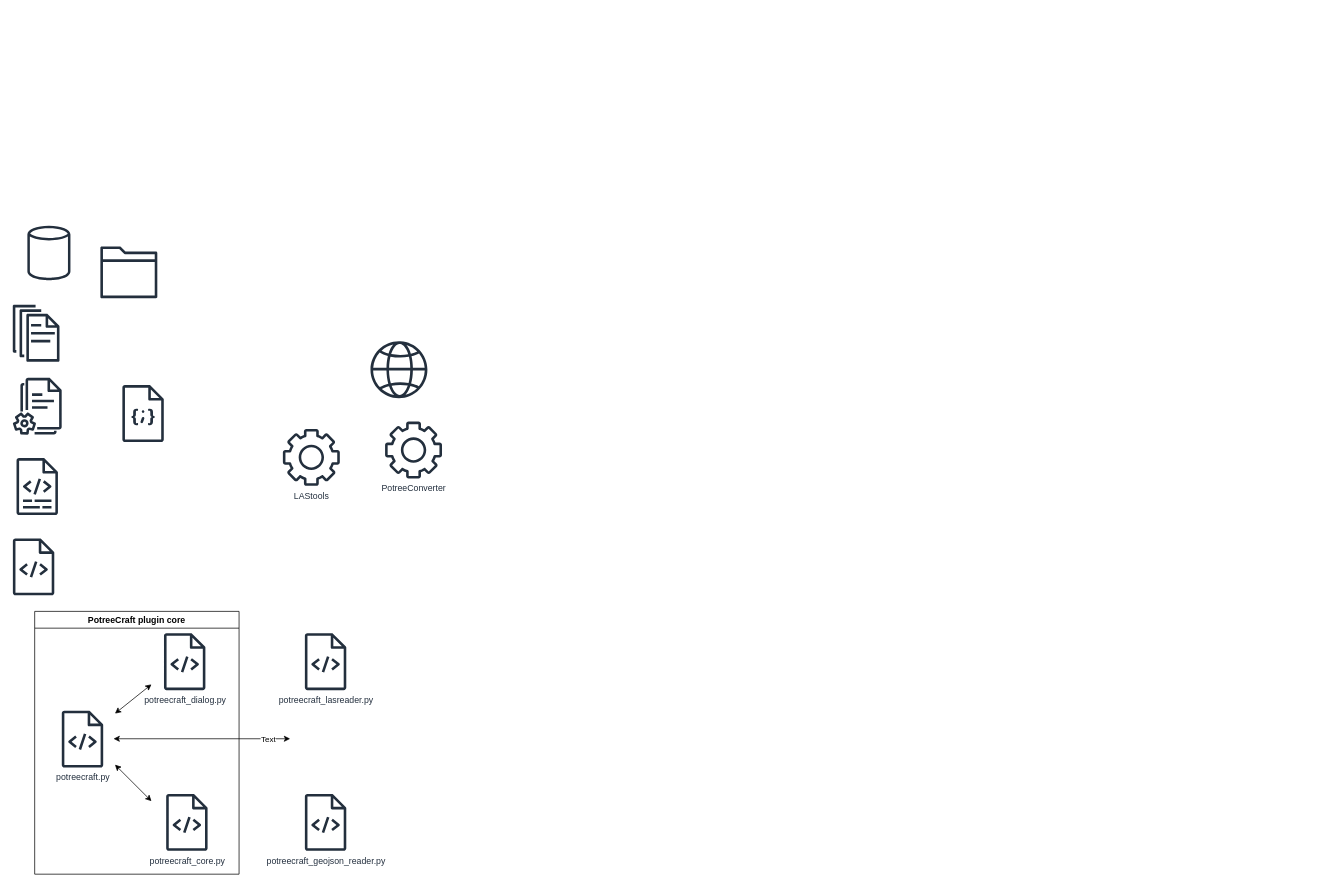
Above: _doc_/other/pc_architecture.drawio in ThomasFarmer/PotreeCraft (draw.io), before the change. Source tidied: cells renumbered, new cells numbered last; positions are measured from the earlier drawing's top-left corner, leaving out a move shared by most shapes. Both pictures are drawn from the tidied source at 73%, with x=0, y=0 at pixel (12, 224).
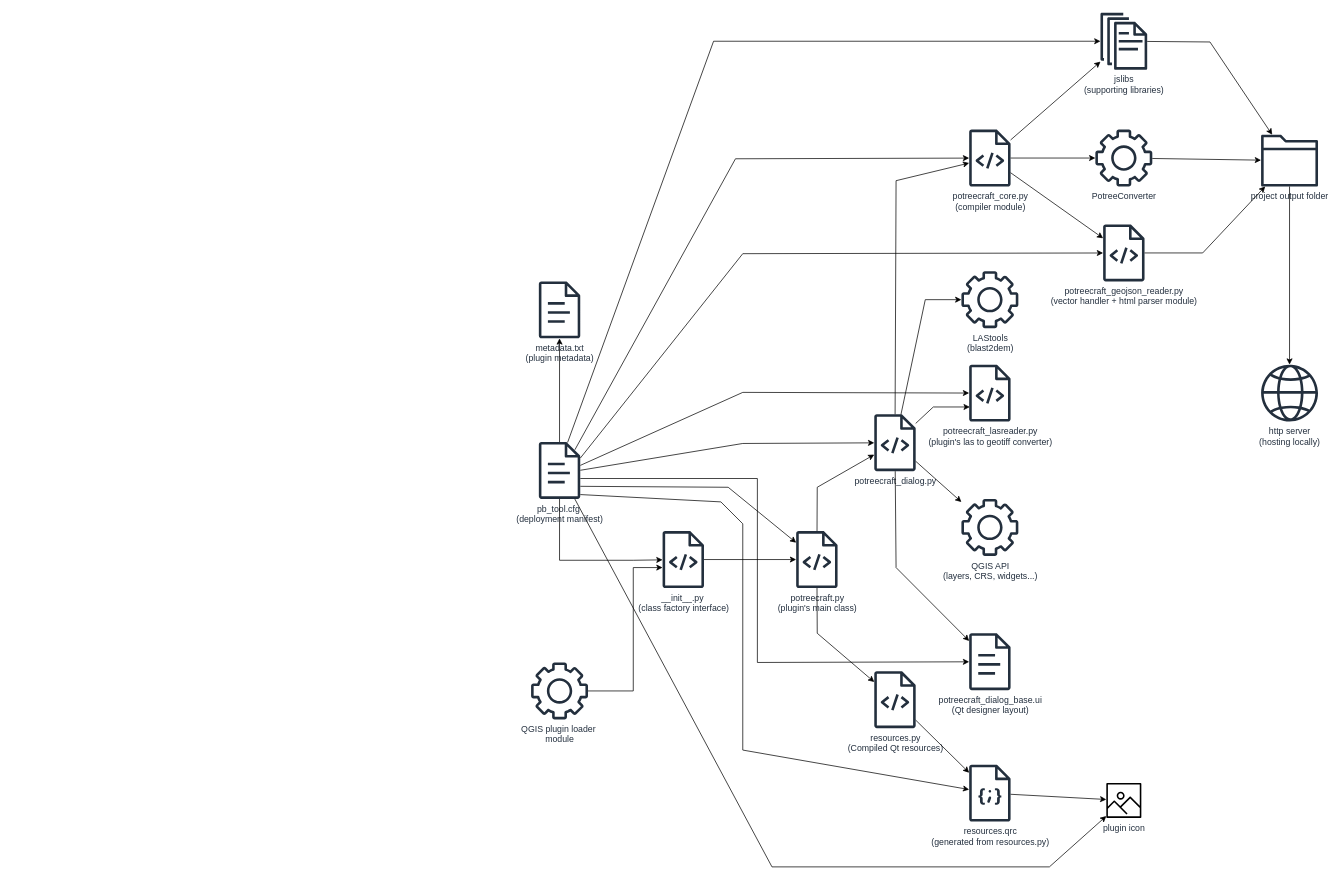
The same page after the edit.

Commit message (it also covers changes not shown here):
diagram for chapter 4

What changed in the source:
```diff
@@
-    <mxCell id="2" style="sketch=0;fontColor=#232F3E;gradientColor=none;fillColor=#232F3D;strokeColor=none;dashed=0;verticalLabelPosition=bottom;verticalAlign=top;align=center;html=1;fontSize=12;fontStyle=0;shape=mxgraph.aws4.json_script;" parent="1" vertex="1">
-      <mxGeometry x="150" y="220" width="57" height="78" as="geometry" />
-    </mxCell>
-    <mxCell id="3" style="sketch=0;fontColor=#232F3E;gradientColor=none;fillColor=#232F3D;strokeColor=none;dashed=0;verticalLabelPosition=bottom;verticalAlign=top;align=center;html=1;fontSize=12;fontStyle=0;shape=mxgraph.aws4.documents2;" parent="1" vertex="1">
-      <mxGeometry y="210" width="67" height="78" as="geometry" />
-    </mxCell>
-    <mxCell id="4" style="sketch=0;outlineConnect=0;fontColor=#232F3E;gradientColor=none;fillColor=#232F3D;strokeColor=none;dashed=0;verticalLabelPosition=bottom;verticalAlign=top;align=center;html=1;fontSize=12;fontStyle=0;shape=mxgraph.aws4.documents;" parent="1" vertex="1">
-      <mxGeometry y="110" width="64" height="78" as="geometry" />
+    <mxCell id="4" value="jslibs&lt;div&gt;(supporting libraries)&lt;/div&gt;" style="sketch=0;outlineConnect=0;fontColor=#232F3E;gradientColor=none;fillColor=#232F3D;strokeColor=none;dashed=0;verticalLabelPosition=bottom;verticalAlign=top;align=center;html=1;fontSize=12;fontStyle=0;shape=mxgraph.aws4.documents;" parent="1" vertex="1">
+      <mxGeometry x="1490" y="-290" width="64" height="78" as="geometry" />
     </mxCell>
-    <mxCell id="5" style="sketch=0;fontColor=#232F3E;gradientColor=none;fillColor=#232F3D;strokeColor=none;dashed=0;verticalLabelPosition=bottom;verticalAlign=top;align=center;html=1;fontSize=12;fontStyle=0;shape=mxgraph.aws4.logs;" parent="1" vertex="1">
-      <mxGeometry x="5" y="320" width="57" height="78" as="geometry" />
-    </mxCell>
-    <mxCell id="6" style="sketch=0;fontColor=#232F3E;gradientColor=none;fillColor=#232F3D;strokeColor=none;dashed=0;verticalLabelPosition=bottom;verticalAlign=top;align=center;html=1;fontSize=12;fontStyle=0;shape=mxgraph.aws4.source_code;" parent="1" vertex="1">
-      <mxGeometry y="430" width="57" height="78" as="geometry" />
-    </mxCell>
-    <mxCell id="7" style="sketch=0;outlineConnect=0;fontColor=#232F3E;gradientColor=none;fillColor=#232F3D;strokeColor=none;dashed=0;verticalLabelPosition=bottom;verticalAlign=top;align=center;html=1;fontSize=12;fontStyle=0;shape=mxgraph.aws4.folder;" parent="1" vertex="1">
-      <mxGeometry x="120" y="30" width="78" height="71" as="geometry" />
+    <mxCell id="7" value="project output folder" style="sketch=0;outlineConnect=0;fontColor=#232F3E;gradientColor=none;fillColor=#232F3D;strokeColor=none;dashed=0;verticalLabelPosition=bottom;verticalAlign=top;align=center;html=1;fontSize=12;fontStyle=0;shape=mxgraph.aws4.folder;" parent="1" vertex="1">
+      <mxGeometry x="1710" y="-123" width="78" height="71" as="geometry" />
     </mxCell>
-    <mxCell id="8" style="sketch=0;outlineConnect=0;fontColor=#232F3E;gradientColor=none;fillColor=#232F3D;strokeColor=none;dashed=0;verticalLabelPosition=bottom;verticalAlign=top;align=center;html=1;fontSize=12;fontStyle=0;shape=mxgraph.aws4.globe;" parent="1" vertex="1">
-      <mxGeometry x="490" y="160" width="78" height="78" as="geometry" />
+    <mxCell id="8" value="http server&lt;div&gt;(hosting locally)&lt;/div&gt;" style="sketch=0;outlineConnect=0;fontColor=#232F3E;gradientColor=none;fillColor=#232F3D;strokeColor=none;dashed=0;verticalLabelPosition=bottom;verticalAlign=top;align=center;html=1;fontSize=12;fontStyle=0;shape=mxgraph.aws4.globe;" parent="1" vertex="1">
+      <mxGeometry x="1710" y="192" width="78" height="78" as="geometry" />
     </mxCell>
-    <mxCell id="9" style="sketch=0;fontColor=#232F3E;gradientColor=none;fillColor=#232F3D;strokeColor=none;dashed=0;verticalLabelPosition=bottom;verticalAlign=top;align=center;html=1;fontSize=12;fontStyle=0;shape=mxgraph.aws4.generic_database;" parent="1" vertex="1">
-      <mxGeometry x="20" width="59" height="78" as="geometry" />
-    </mxCell>
-    <mxCell id="10" value="LAStools" style="sketch=0;outlineConnect=0;fontColor=#232F3E;gradientColor=none;fillColor=#232F3D;strokeColor=none;dashed=0;verticalLabelPosition=bottom;verticalAlign=top;align=center;html=1;fontSize=12;fontStyle=0;shape=mxgraph.aws4.gear;" parent="1" vertex="1">
-      <mxGeometry x="370" y="280" width="78" height="78" as="geometry" />
+    <mxCell id="10" value="LAStools&lt;div&gt;(blast2dem)&lt;/div&gt;" style="sketch=0;outlineConnect=0;fontColor=#232F3E;gradientColor=none;fillColor=#232F3D;strokeColor=none;dashed=0;verticalLabelPosition=bottom;verticalAlign=top;align=center;html=1;fontSize=12;fontStyle=0;shape=mxgraph.aws4.gear;" parent="1" vertex="1">
+      <mxGeometry x="1299.5" y="64" width="78" height="78" as="geometry" />
     </mxCell>
     <mxCell id="11" value="PotreeConverter" style="sketch=0;outlineConnect=0;fontColor=#232F3E;gradientColor=none;fillColor=#232F3D;strokeColor=none;dashed=0;verticalLabelPosition=bottom;verticalAlign=top;align=center;html=1;fontSize=12;fontStyle=0;shape=mxgraph.aws4.gear;" parent="1" vertex="1">
-      <mxGeometry x="510" y="270" width="78" height="78" as="geometry" />
+      <mxGeometry x="1483" y="-130" width="78" height="78" as="geometry" />
     </mxCell>
-    <mxCell id="12" value="potreecraft_core.py" style="sketch=0;outlineConnect=0;fontColor=#232F3E;gradientColor=none;fillColor=#232F3D;strokeColor=none;dashed=0;verticalLabelPosition=bottom;verticalAlign=top;align=center;html=1;fontSize=12;fontStyle=0;shape=mxgraph.aws4.source_code;" parent="1" vertex="1">
-      <mxGeometry x="210" y="780" width="57" height="78" as="geometry" />
+    <mxCell id="12" value="potreecraft_core.py&lt;div&gt;(compiler module)&lt;/div&gt;" style="sketch=0;outlineConnect=0;fontColor=#232F3E;gradientColor=none;fillColor=#232F3D;strokeColor=none;dashed=0;verticalLabelPosition=bottom;verticalAlign=top;align=center;html=1;fontSize=12;fontStyle=0;shape=mxgraph.aws4.source_code;" parent="1" vertex="1">
+      <mxGeometry x="1310" y="-130" width="57" height="78" as="geometry" />
     </mxCell>
-    <mxCell id="13" value="potreecraft.py" style="sketch=0;outlineConnect=0;fontColor=#232F3E;gradientColor=none;fillColor=#232F3D;strokeColor=none;dashed=0;verticalLabelPosition=bottom;verticalAlign=top;align=center;html=1;fontSize=12;fontStyle=0;shape=mxgraph.aws4.source_code;" parent="1" vertex="1">
-      <mxGeometry x="67" y="666" width="57" height="78" as="geometry" />
+    <mxCell id="13" value="potreecraft.py&lt;div&gt;(plugin's main class)&lt;/div&gt;" style="sketch=0;outlineConnect=0;fontColor=#232F3E;gradientColor=none;fillColor=#232F3D;strokeColor=none;dashed=0;verticalLabelPosition=bottom;verticalAlign=top;align=center;html=1;fontSize=12;fontStyle=0;shape=mxgraph.aws4.source_code;" parent="1" vertex="1">
+      <mxGeometry x="1073" y="420" width="57" height="78" as="geometry" />
     </mxCell>
     <mxCell id="14" value="potreecraft_dialog&lt;span style=&quot;background-color: initial;&quot;&gt;.py&lt;/span&gt;" style="sketch=0;outlineConnect=0;fontColor=#232F3E;gradientColor=none;fillColor=#232F3D;strokeColor=none;dashed=0;verticalLabelPosition=bottom;verticalAlign=top;align=center;html=1;fontSize=12;fontStyle=0;shape=mxgraph.aws4.source_code;" parent="1" vertex="1">
-      <mxGeometry x="207" y="560" width="57" height="78" as="geometry" />
+      <mxGeometry x="1180" y="260" width="57" height="78" as="geometry" />
     </mxCell>
-    <mxCell id="15" value="potreecraft_geojson_reader.py" style="sketch=0;outlineConnect=0;fontColor=#232F3E;gradientColor=none;fillColor=#232F3D;strokeColor=none;dashed=0;verticalLabelPosition=bottom;verticalAlign=top;align=center;html=1;fontSize=12;fontStyle=0;shape=mxgraph.aws4.source_code;" parent="1" vertex="1">
-      <mxGeometry x="400" y="780" width="57" height="78" as="geometry" />
+    <mxCell id="15" value="potreecraft_geojson_reader.py&lt;div&gt;(vector handler + html parser module)&lt;/div&gt;" style="sketch=0;outlineConnect=0;fontColor=#232F3E;gradientColor=none;fillColor=#232F3D;strokeColor=none;dashed=0;verticalLabelPosition=bottom;verticalAlign=top;align=center;html=1;fontSize=12;fontStyle=0;shape=mxgraph.aws4.source_code;" parent="1" vertex="1">
+      <mxGeometry x="1493.5" width="57" height="78" as="geometry" />
     </mxCell>
-    <mxCell id="16" value="potreecraft_lasreader.py" style="sketch=0;outlineConnect=0;fontColor=#232F3E;gradientColor=none;fillColor=#232F3D;strokeColor=none;dashed=0;verticalLabelPosition=bottom;verticalAlign=top;align=center;html=1;fontSize=12;fontStyle=0;shape=mxgraph.aws4.source_code;" parent="1" vertex="1">
-      <mxGeometry x="400" y="560" width="57" height="78" as="geometry" />
+    <mxCell id="16" value="potreecraft_lasreader.py&lt;div&gt;(plugin's las to geotiff converter)&lt;/div&gt;" style="sketch=0;outlineConnect=0;fontColor=#232F3E;gradientColor=none;fillColor=#232F3D;strokeColor=none;dashed=0;verticalLabelPosition=bottom;verticalAlign=top;align=center;html=1;fontSize=12;fontStyle=0;shape=mxgraph.aws4.source_code;" parent="1" vertex="1">
+      <mxGeometry x="1310" y="192" width="57" height="78" as="geometry" />
     </mxCell>
-    <mxCell id="17" style="endArrow=classic;startArrow=classic;html=1;rounded=0;" parent="1" edge="1">
-      <mxGeometry relative="1" as="geometry">
-        <mxPoint x="140" y="670" as="sourcePoint" />
-        <mxPoint x="190" y="630" as="targetPoint" />
-      </mxGeometry>
-    </mxCell>
-    <mxCell id="18" style="endArrow=classic;startArrow=classic;html=1;rounded=0;" parent="1" edge="1">
-      <mxGeometry relative="1" as="geometry">
-        <mxPoint x="140" y="740" as="sourcePoint" />
-        <mxPoint x="190" y="790" as="targetPoint" />
-      </mxGeometry>
-    </mxCell>
-    <mxCell id="19" value="PotreeCraft plugin core" style="swimlane;whiteSpace=wrap;html=1;" parent="1" vertex="1">
-      <mxGeometry x="30" y="530" width="280" height="360" as="geometry" />
-    </mxCell>
-    <mxCell id="20" style="endArrow=classic;startArrow=classic;html=1;rounded=0;" parent="1" edge="1">
-      <mxGeometry relative="1" as="geometry">
-        <mxPoint x="138" y="704.5" as="sourcePoint" />
-        <mxPoint x="380" y="704.5" as="targetPoint" />
-      </mxGeometry>
-    </mxCell>
-    <mxCell id="21" value="Text" style="edgeLabel;html=1;align=center;verticalAlign=middle;" parent="20" vertex="1">
-      <mxGeometry x="0.74" relative="1" as="geometry">
-        <mxPoint y="1" as="offset" />
-      </mxGeometry>
-    </mxCell>
+    <mxCell id="22" style="edgeStyle=orthogonalEdgeStyle;rounded=0;jettySize=auto;html=1;" parent="1" edge="1" source="23" target="24">
+      <mxGeometry relative="1" as="geometry">
+        <Array as="points">
+          <mxPoint x="850" y="639" />
+          <mxPoint x="850" y="470" />
+        </Array>
+      </mxGeometry>
+    </mxCell>
+    <mxCell id="23" value="QGIS plugin loader&amp;nbsp;&lt;div&gt;module&lt;/div&gt;" style="sketch=0;outlineConnect=0;fontColor=#232F3E;gradientColor=none;fillColor=#232F3D;strokeColor=none;dashed=0;verticalLabelPosition=bottom;verticalAlign=top;align=center;html=1;fontSize=12;fontStyle=0;shape=mxgraph.aws4.gear;" parent="1" vertex="1">
+      <mxGeometry x="710" y="600" width="78" height="78" as="geometry" />
+    </mxCell>
+    <mxCell id="24" value="__init__.py&amp;nbsp;&lt;div&gt;(class factory interface)&lt;/div&gt;" style="sketch=0;outlineConnect=0;fontColor=#232F3E;gradientColor=none;fillColor=#232F3D;strokeColor=none;dashed=0;verticalLabelPosition=bottom;verticalAlign=top;align=center;html=1;fontSize=12;fontStyle=0;shape=mxgraph.aws4.source_code;" parent="1" vertex="1">
+      <mxGeometry x="890" y="420" width="57" height="78" as="geometry" />
+    </mxCell>
+    <mxCell id="25" value="pb_tool.cfg&amp;nbsp;&lt;div&gt;(deployment manifest)&lt;/div&gt;" style="sketch=0;outlineConnect=0;fontColor=#232F3E;gradientColor=none;fillColor=#232F3D;strokeColor=none;dashed=0;verticalLabelPosition=bottom;verticalAlign=top;align=center;html=1;fontSize=12;fontStyle=0;shape=mxgraph.aws4.document;" parent="1" vertex="1">
+      <mxGeometry x="720.5" y="298" width="57" height="78" as="geometry" />
+    </mxCell>
+    <mxCell id="26" value="potreecraft_dialog_base.ui&lt;div&gt;(Qt designer layout)&lt;/div&gt;" style="sketch=0;outlineConnect=0;fontColor=#232F3E;gradientColor=none;fillColor=#232F3D;strokeColor=none;dashed=0;verticalLabelPosition=bottom;verticalAlign=top;align=center;html=1;fontSize=12;fontStyle=0;shape=mxgraph.aws4.document;" parent="1" vertex="1">
+      <mxGeometry x="1310" y="560" width="57" height="78" as="geometry" />
+    </mxCell>
+    <mxCell id="27" value="resources.qrc&lt;div&gt;(generated from resources.py)&lt;/div&gt;" style="sketch=0;outlineConnect=0;fontColor=#232F3E;gradientColor=none;fillColor=#232F3D;strokeColor=none;dashed=0;verticalLabelPosition=bottom;verticalAlign=top;align=center;html=1;fontSize=12;fontStyle=0;shape=mxgraph.aws4.json_script;" parent="1" vertex="1">
+      <mxGeometry x="1310" y="740" width="57" height="78" as="geometry" />
+    </mxCell>
+    <mxCell id="28" value="&lt;span style=&quot;background-color: initial;&quot;&gt;resources.py&lt;/span&gt;&lt;div&gt;&lt;span style=&quot;background-color: initial;&quot;&gt;(Compiled Qt resources)&lt;/span&gt;&lt;/div&gt;" style="sketch=0;outlineConnect=0;fontColor=#232F3E;gradientColor=none;fillColor=#232F3D;strokeColor=none;dashed=0;verticalLabelPosition=bottom;verticalAlign=top;align=center;html=1;fontSize=12;fontStyle=0;shape=mxgraph.aws4.source_code;" parent="1" vertex="1">
+      <mxGeometry x="1180" y="612" width="57" height="78" as="geometry" />
+    </mxCell>
+    <mxCell id="29" value="QGIS API&lt;div&gt;(layers, CRS, widgets...)&lt;/div&gt;" style="sketch=0;outlineConnect=0;fontColor=#232F3E;gradientColor=none;fillColor=#232F3D;strokeColor=none;dashed=0;verticalLabelPosition=bottom;verticalAlign=top;align=center;html=1;fontSize=12;fontStyle=0;shape=mxgraph.aws4.gear;" parent="1" vertex="1">
+      <mxGeometry x="1299.5" y="376" width="78" height="78" as="geometry" />
+    </mxCell>
+    <mxCell id="30" value="metadata.txt&lt;div&gt;(plugin metadata)&lt;/div&gt;" style="sketch=0;outlineConnect=0;fontColor=#232F3E;gradientColor=none;fillColor=#232F3D;strokeColor=none;dashed=0;verticalLabelPosition=bottom;verticalAlign=top;align=center;html=1;fontSize=12;fontStyle=0;shape=mxgraph.aws4.document;" parent="1" vertex="1">
+      <mxGeometry x="720.5" y="78" width="57" height="78" as="geometry" />
+    </mxCell>
+    <mxCell id="31" style="endArrow=classic;html=1;rounded=0;" parent="1" edge="1" source="25" target="30">
+      <mxGeometry relative="1" as="geometry" />
+    </mxCell>
+    <mxCell id="32" style="endArrow=classic;html=1;rounded=0;" parent="1" edge="1" source="25" target="24">
+      <mxGeometry relative="1" as="geometry">
+        <Array as="points">
+          <mxPoint x="749" y="460" />
+          <mxPoint x="850" y="460" />
+        </Array>
+      </mxGeometry>
+    </mxCell>
+    <mxCell id="33" style="endArrow=classic;html=1;rounded=0;" parent="1" edge="1" target="13">
+      <mxGeometry relative="1" as="geometry">
+        <mxPoint x="777.5" y="358.7" as="sourcePoint" />
+        <Array as="points">
+          <mxPoint x="980" y="360" />
+        </Array>
+      </mxGeometry>
+    </mxCell>
+    <mxCell id="34" style="endArrow=classic;html=1;rounded=0;" parent="1" edge="1" target="26">
+      <mxGeometry relative="1" as="geometry">
+        <mxPoint x="777.5" y="348" as="sourcePoint" />
+        <Array as="points">
+          <mxPoint x="1020" y="348" />
+          <mxPoint x="1020" y="600" />
+        </Array>
+      </mxGeometry>
+    </mxCell>
+    <mxCell id="35" style="endArrow=classic;html=1;rounded=0;" parent="1" edge="1" target="14">
+      <mxGeometry relative="1" as="geometry">
+        <mxPoint x="777.5" y="336.7" as="sourcePoint" />
+        <Array as="points">
+          <mxPoint x="1000" y="300" />
+        </Array>
+      </mxGeometry>
+    </mxCell>
+    <mxCell id="36" style="endArrow=classic;html=1;rounded=0;" parent="1" edge="1" target="16">
+      <mxGeometry relative="1" as="geometry">
+        <mxPoint x="777.5" y="330" as="sourcePoint" />
+        <Array as="points">
+          <mxPoint x="1000" y="230" />
+        </Array>
+      </mxGeometry>
+    </mxCell>
+    <mxCell id="37" style="endArrow=classic;html=1;rounded=0;" parent="1" edge="1" target="15">
+      <mxGeometry relative="1" as="geometry">
+        <mxPoint x="777.5" y="320" as="sourcePoint" />
+        <Array as="points">
+          <mxPoint x="1000" y="40" />
+        </Array>
+      </mxGeometry>
+    </mxCell>
+    <mxCell id="38" style="endArrow=classic;html=1;rounded=0;" parent="1" edge="1" target="12">
+      <mxGeometry relative="1" as="geometry">
+        <mxPoint x="770" y="308.7" as="sourcePoint" />
+        <Array as="points">
+          <mxPoint x="990" y="-90" />
+        </Array>
+      </mxGeometry>
+    </mxCell>
+    <mxCell id="39" style="endArrow=classic;html=1;rounded=0;" parent="1" edge="1" target="4">
+      <mxGeometry relative="1" as="geometry">
+        <mxPoint x="760" y="298.7" as="sourcePoint" />
+        <Array as="points">
+          <mxPoint x="960" y="-251" />
+        </Array>
+      </mxGeometry>
+    </mxCell>
+    <mxCell id="40" style="endArrow=classic;html=1;rounded=0;" parent="1" edge="1" target="27">
+      <mxGeometry relative="1" as="geometry">
+        <mxPoint x="777.5" y="370" as="sourcePoint" />
+        <Array as="points">
+          <mxPoint x="970" y="380" />
+          <mxPoint x="1000" y="410" />
+          <mxPoint x="1000" y="720" />
+        </Array>
+      </mxGeometry>
+    </mxCell>
+    <mxCell id="41" style="endArrow=classic;html=1;rounded=0;" parent="1" edge="1" source="24" target="13">
+      <mxGeometry relative="1" as="geometry" />
+    </mxCell>
+    <mxCell id="42" style="endArrow=classic;html=1;rounded=0;" parent="1" edge="1" source="13" target="14">
+      <mxGeometry relative="1" as="geometry">
+        <Array as="points">
+          <mxPoint x="1102" y="360" />
+        </Array>
+      </mxGeometry>
+    </mxCell>
+    <mxCell id="43" style="endArrow=classic;html=1;rounded=0;" parent="1" edge="1" source="13" target="28">
+      <mxGeometry relative="1" as="geometry">
+        <Array as="points">
+          <mxPoint x="1102" y="560" />
+        </Array>
+      </mxGeometry>
+    </mxCell>
+    <mxCell id="44" style="endArrow=classic;html=1;rounded=0;startArrow=none;startFill=0;endFill=1;" parent="1" edge="1" source="28" target="27">
+      <mxGeometry relative="1" as="geometry" />
+    </mxCell>
+    <mxCell id="45" style="endArrow=classic;html=1;rounded=0;" parent="1" edge="1" source="14" target="29">
+      <mxGeometry relative="1" as="geometry" />
+    </mxCell>
+    <mxCell id="46" style="endArrow=classic;html=1;rounded=0;" parent="1" edge="1" source="14" target="26">
+      <mxGeometry relative="1" as="geometry">
+        <Array as="points">
+          <mxPoint x="1210" y="470" />
+        </Array>
+      </mxGeometry>
+    </mxCell>
+    <mxCell id="47" style="endArrow=classic;html=1;rounded=0;" parent="1" edge="1" source="14">
+      <mxGeometry relative="1" as="geometry">
+        <mxPoint x="1311" y="250" as="targetPoint" />
+        <Array as="points">
+          <mxPoint x="1261" y="250" />
+        </Array>
+      </mxGeometry>
+    </mxCell>
+    <mxCell id="48" style="endArrow=classic;html=1;rounded=0;" parent="1" edge="1" source="14" target="10">
+      <mxGeometry relative="1" as="geometry">
+        <Array as="points">
+          <mxPoint x="1250" y="103" />
+        </Array>
+      </mxGeometry>
+    </mxCell>
+    <mxCell id="49" style="endArrow=classic;html=1;rounded=0;" parent="1" edge="1" source="14" target="12">
+      <mxGeometry relative="1" as="geometry">
+        <Array as="points">
+          <mxPoint x="1210" y="-60" />
+        </Array>
+      </mxGeometry>
+    </mxCell>
+    <mxCell id="50" style="endArrow=classic;html=1;rounded=0;" parent="1" edge="1" source="12" target="4">
+      <mxGeometry relative="1" as="geometry" />
+    </mxCell>
+    <mxCell id="51" style="endArrow=classic;html=1;rounded=0;" parent="1" edge="1" source="12" target="11">
+      <mxGeometry relative="1" as="geometry" />
+    </mxCell>
+    <mxCell id="52" style="endArrow=classic;html=1;rounded=0;" parent="1" edge="1" source="12" target="15">
+      <mxGeometry relative="1" as="geometry" />
+    </mxCell>
+    <mxCell id="53" value="plugin icon" style="sketch=0;outlineConnect=0;fontColor=#232F3E;gradientColor=none;fillColor=#000000;strokeColor=none;dashed=0;verticalLabelPosition=bottom;verticalAlign=top;align=center;html=1;fontSize=12;fontStyle=0;shape=mxgraph.aws4.container_registry_image;" parent="1" vertex="1">
+      <mxGeometry x="1498" y="765" width="48" height="48" as="geometry" />
+    </mxCell>
+    <mxCell id="54" style="endArrow=classic;html=1;rounded=0;" parent="1" edge="1" source="27" target="53">
+      <mxGeometry relative="1" as="geometry" />
+    </mxCell>
+    <mxCell id="55" style="endArrow=classic;html=1;rounded=0;" parent="1" edge="1" source="25" target="53">
+      <mxGeometry relative="1" as="geometry">
+        <Array as="points">
+          <mxPoint x="1040" y="880" />
+          <mxPoint x="1420" y="880" />
+        </Array>
+      </mxGeometry>
+    </mxCell>
+    <mxCell id="56" style="endArrow=classic;html=1;rounded=0;" parent="1" edge="1" source="4" target="7">
+      <mxGeometry relative="1" as="geometry">
+        <Array as="points">
+          <mxPoint x="1640" y="-250" />
+        </Array>
+      </mxGeometry>
+    </mxCell>
+    <mxCell id="57" style="endArrow=classic;html=1;rounded=0;" parent="1" edge="1" source="11" target="7">
+      <mxGeometry relative="1" as="geometry" />
+    </mxCell>
+    <mxCell id="58" style="endArrow=classic;html=1;rounded=0;" parent="1" edge="1" source="15" target="7">
+      <mxGeometry relative="1" as="geometry">
+        <Array as="points">
+          <mxPoint x="1630" y="39" />
+        </Array>
+      </mxGeometry>
+    </mxCell>
+    <mxCell id="59" style="endArrow=classic;html=1;rounded=0;" parent="1" edge="1" source="7" target="8">
+      <mxGeometry relative="1" as="geometry" />
+    </mxCell>
```
